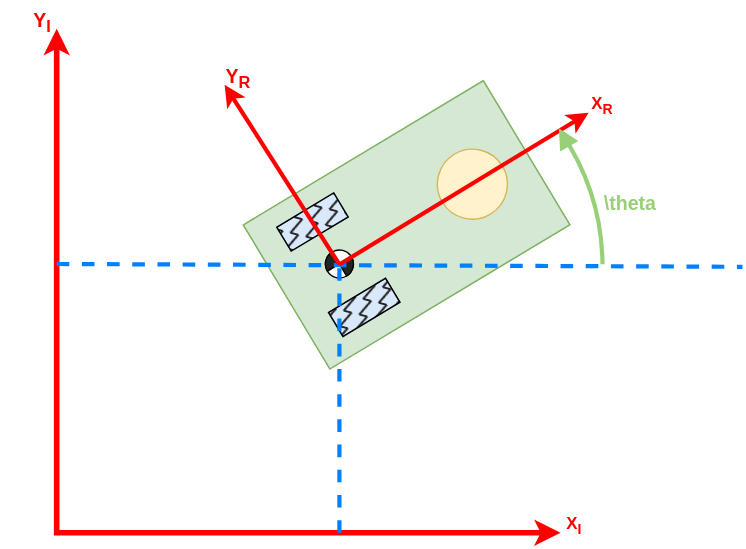
Before: Figures/figPositionalRepresentation.drawio.svg, a diagram exported from draw.io (orjano-max/ORJANOS_MASTER_REPO). Source tidied: cells renumbered, new cells last; positions are measured from the earlier drawing's top-left corner, leaving out a move shared by most shapes.
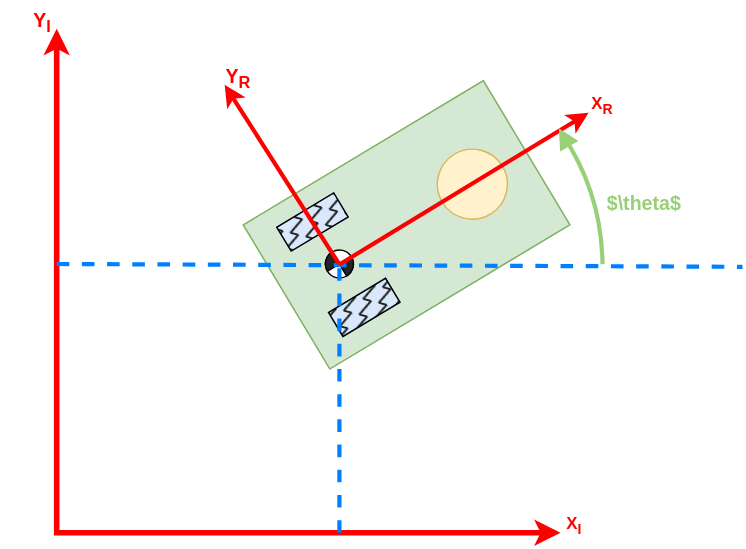
After the change.

Change to the diagram source:
```diff
@@ -84,8 +84,8 @@
     <mxCell id="23" style="verticalLabelPosition=bottom;verticalAlign=top;html=1;shape=mxgraph.basic.acute_triangle;dx=0.5;rotation=-30;strokeColor=none;fillColor=#97D077;" parent="1" vertex="1">
       <mxGeometry x="395" y="90" width="15" height="14.9" as="geometry" />
     </mxCell>
-    <mxCell id="24" value="&lt;font size=&quot;1&quot; color=&quot;#97d077&quot;&gt;&lt;b style=&quot;font-size: 14px;&quot;&gt;\theta&lt;/b&gt;&lt;/font&gt;" style="text;html=1;strokeColor=none;fillColor=none;align=center;verticalAlign=middle;whiteSpace=wrap;rounded=0;fontColor=#FF0000;" parent="1" vertex="1">
-      <mxGeometry x="420" y="130" width="60" height="30" as="geometry" />
+    <mxCell id="24" value="&lt;font size=&quot;1&quot; color=&quot;#97d077&quot;&gt;&lt;b style=&quot;font-size: 14px;&quot;&gt;$\theta$&lt;/b&gt;&lt;/font&gt;" style="text;html=1;strokeColor=none;fillColor=none;align=center;verticalAlign=middle;whiteSpace=wrap;rounded=0;fontColor=#FF0000;" parent="1" vertex="1">
+      <mxGeometry x="430" y="130" width="60" height="30" as="geometry" />
     </mxCell>
   </root>
 </mxGraphModel>
```
